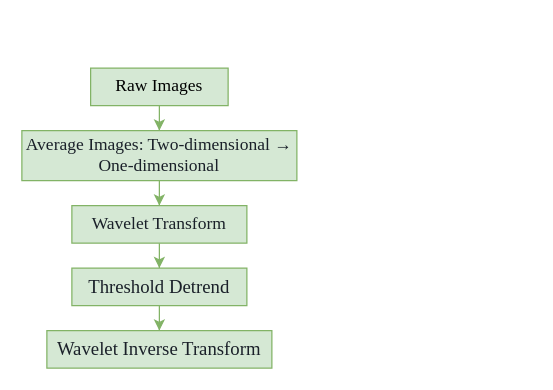
Earlier version of the draw.io diagram Draft diagram.drawio (Maggieliu96/Super-resolution-Fluctuation-based-technique). Source tidied: cells renumbered, new cells numbered last; positions are measured from the earlier drawing's top-left corner, leaving out a move shared by most shapes. Both pictures are drawn from the tidied source at 125%, with x=0, y=0 at pixel (21, 68).
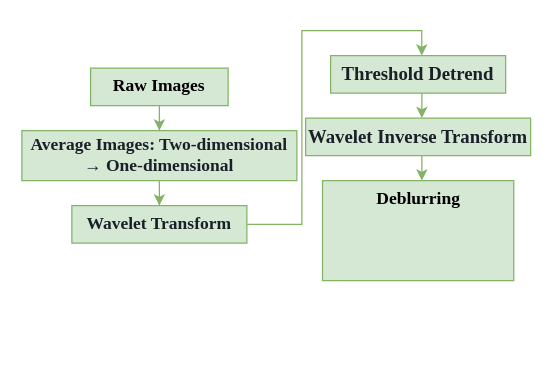
The same page after the edit.

The edit, as a diff of the source:
```diff
@@
 <mxGraphModel>
   <root>
     <mxCell id="0" />
     <mxCell id="1" parent="0" />
     <mxCell id="2" style="edgeStyle=orthogonalEdgeStyle;rounded=0;jettySize=auto;html=1;fillColor=#d5e8d4;strokeColor=#82b366;labelBackgroundColor=none;arcSize=14;" parent="1" edge="1" source="3" target="5">
       <mxGeometry relative="1" as="geometry" />
     </mxCell>
-    <mxCell id="3" value="Raw Images" style="rounded=0;whiteSpace=wrap;html=1;fontFamily=Times New Roman;fontSize=14;align=center;fillColor=#d5e8d4;strokeColor=#82b366;labelBackgroundColor=none;arcSize=14;" parent="1" vertex="1">
+    <mxCell id="3" value="Raw Images" style="rounded=0;whiteSpace=wrap;html=1;fontFamily=Times New Roman;fontSize=14;align=center;fillColor=#d5e8d4;strokeColor=#82b366;labelBackgroundColor=none;arcSize=14;fontStyle=1;" parent="1" vertex="1">
       <mxGeometry x="55" width="110" height="30" as="geometry" />
     </mxCell>
     <mxCell id="4" style="edgeStyle=orthogonalEdgeStyle;rounded=0;jettySize=auto;html=1;fillColor=#d5e8d4;strokeColor=#82b366;labelBackgroundColor=none;arcSize=14;" parent="1" edge="1" source="5" target="7">
       <mxGeometry relative="1" as="geometry" />
     </mxCell>
-    <mxCell id="5" value="&lt;span style=&quot;color: rgb(26, 32, 41); text-align: left;&quot;&gt;Average Images: Two-dimensional → One-dimensional&lt;/span&gt;" style="whiteSpace=wrap;html=1;rounded=0;fontFamily=Times New Roman;fontSize=14;fillColor=#d5e8d4;strokeColor=#82b366;labelBackgroundColor=none;arcSize=14;" parent="1" vertex="1">
+    <mxCell id="5" value="&lt;span style=&quot;color: rgb(26, 32, 41); text-align: left;&quot;&gt;Average Images: Two-dimensional → One-dimensional&lt;/span&gt;" style="whiteSpace=wrap;html=1;rounded=0;fontFamily=Times New Roman;fontSize=14;fillColor=#d5e8d4;strokeColor=#82b366;labelBackgroundColor=none;arcSize=14;fontStyle=1;" parent="1" vertex="1">
       <mxGeometry y="50" width="220" height="40" as="geometry" />
     </mxCell>
-    <mxCell id="6" style="edgeStyle=orthogonalEdgeStyle;rounded=0;jettySize=auto;html=1;fillColor=#d5e8d4;strokeColor=#82b366;labelBackgroundColor=none;arcSize=14;" parent="1" edge="1" source="7" target="10">
-      <mxGeometry relative="1" as="geometry" />
+    <mxCell id="6" style="edgeStyle=orthogonalEdgeStyle;rounded=0;jettySize=auto;html=1;fillColor=#d5e8d4;strokeColor=#82b366;labelBackgroundColor=none;arcSize=14;entryX=0.521;entryY=0;entryDx=0;entryDy=0;entryPerimeter=0;" parent="1" edge="1" target="10">
+      <mxGeometry relative="1" as="geometry">
+        <mxPoint x="174" y="125" as="sourcePoint" />
+        <Array as="points">
+          <mxPoint x="224" y="125" />
+          <mxPoint x="224" y="-30" />
+          <mxPoint x="320" y="-30" />
+        </Array>
+      </mxGeometry>
     </mxCell>
-    <mxCell id="7" value="&lt;span style=&quot;color: rgb(26, 32, 41); text-align: left;&quot;&gt;Wavelet Transform&lt;/span&gt;" style="whiteSpace=wrap;html=1;fontSize=14;fontFamily=Times New Roman;rounded=0;fillColor=#d5e8d4;strokeColor=#82b366;labelBackgroundColor=none;arcSize=14;" parent="1" vertex="1">
+    <mxCell id="7" value="&lt;span style=&quot;color: rgb(26, 32, 41); text-align: left;&quot;&gt;Wavelet Transform&lt;/span&gt;" style="whiteSpace=wrap;html=1;fontSize=14;fontFamily=Times New Roman;rounded=0;fillColor=#d5e8d4;strokeColor=#82b366;labelBackgroundColor=none;arcSize=14;fontStyle=1;" parent="1" vertex="1">
       <mxGeometry x="40" y="110" width="140" height="30" as="geometry" />
     </mxCell>
     <mxCell id="8" style="edgeStyle=orthogonalEdgeStyle;rounded=0;orthogonalLoop=1;jettySize=auto;html=1;exitX=0.5;exitY=1;exitDx=0;exitDy=0;fillColor=#d5e8d4;strokeColor=#82b366;labelBackgroundColor=none;arcSize=14;" parent="1" edge="1" source="5" target="5">
       <mxGeometry relative="1" as="geometry" />
     </mxCell>
-    <mxCell id="9" style="edgeStyle=orthogonalEdgeStyle;rounded=0;jettySize=auto;html=1;fillColor=#d5e8d4;strokeColor=#82b366;labelBackgroundColor=none;arcSize=14;" parent="1" edge="1" source="10" target="11">
-      <mxGeometry relative="1" as="geometry" />
+    <mxCell id="9" style="edgeStyle=orthogonalEdgeStyle;rounded=0;jettySize=auto;html=1;fillColor=#d5e8d4;strokeColor=#82b366;" parent="1" edge="1" source="10" target="11">
+      <mxGeometry relative="1" as="geometry">
+        <Array as="points">
+          <mxPoint x="320" y="30" />
+          <mxPoint x="320" y="30" />
+        </Array>
+      </mxGeometry>
     </mxCell>
-    <mxCell id="10" value="&lt;span style=&quot;color: rgb(26, 32, 41); font-size: 15px; text-align: left;&quot;&gt;Threshold Detrend&lt;/span&gt;" style="whiteSpace=wrap;html=1;fontSize=14;fontFamily=Times New Roman;rounded=0;fillColor=#d5e8d4;strokeColor=#82b366;labelBackgroundColor=none;arcSize=14;" parent="1" vertex="1">
-      <mxGeometry x="40" y="160" width="140" height="30" as="geometry" />
+    <mxCell id="10" value="&lt;span style=&quot;color: rgb(26, 32, 41); font-size: 15px; text-align: left;&quot;&gt;Threshold Detrend&lt;/span&gt;" style="whiteSpace=wrap;html=1;fontSize=14;fontFamily=Times New Roman;rounded=0;fillColor=#d5e8d4;strokeColor=#82b366;labelBackgroundColor=none;arcSize=14;fontStyle=1;" parent="1" vertex="1">
+      <mxGeometry x="247" y="-10" width="140" height="30" as="geometry" />
     </mxCell>
+    <mxCell id="12" style="edgeStyle=orthogonalEdgeStyle;rounded=0;jettySize=auto;html=1;fillColor=#d5e8d4;strokeColor=#82b366;" parent="1" edge="1" source="11" target="13">
+      <mxGeometry relative="1" as="geometry">
+        <Array as="points">
+          <mxPoint x="320" y="80" />
+          <mxPoint x="320" y="80" />
+        </Array>
+      </mxGeometry>
+    </mxCell>
-    <mxCell id="11" value="&lt;span style=&quot;color: rgb(26, 32, 41); font-size: 15px; text-align: left;&quot;&gt;Wavelet Inverse Transform&lt;/span&gt;" style="whiteSpace=wrap;html=1;fontSize=14;fontFamily=Times New Roman;rounded=0;fillColor=#d5e8d4;strokeColor=#82b366;labelBackgroundColor=none;arcSize=14;" parent="1" vertex="1">
-      <mxGeometry x="20" y="210" width="180" height="30" as="geometry" />
+    <mxCell id="11" value="&lt;span style=&quot;color: rgb(26, 32, 41); font-size: 15px; text-align: left;&quot;&gt;Wavelet Inverse Transform&lt;/span&gt;" style="whiteSpace=wrap;html=1;fontSize=14;fontFamily=Times New Roman;rounded=0;fillColor=#d5e8d4;strokeColor=#82b366;labelBackgroundColor=none;arcSize=14;fontStyle=1;" parent="1" vertex="1">
+      <mxGeometry x="227" y="40" width="180" height="30" as="geometry" />
     </mxCell>
+    <mxCell id="13" value="Deblurring&lt;div&gt;&lt;br&gt;&lt;/div&gt;&lt;div&gt;&lt;br&gt;&lt;/div&gt;&lt;div&gt;&lt;br&gt;&lt;/div&gt;" style="whiteSpace=wrap;html=1;fontSize=14;fontFamily=Times New Roman;fillColor=#d5e8d4;strokeColor=#82b366;rounded=0;labelBackgroundColor=none;arcSize=14;fontStyle=1;" parent="1" vertex="1">
+      <mxGeometry x="240.5" y="90" width="153" height="80" as="geometry" />
+    </mxCell>
   </root>
 </mxGraphModel>
```
